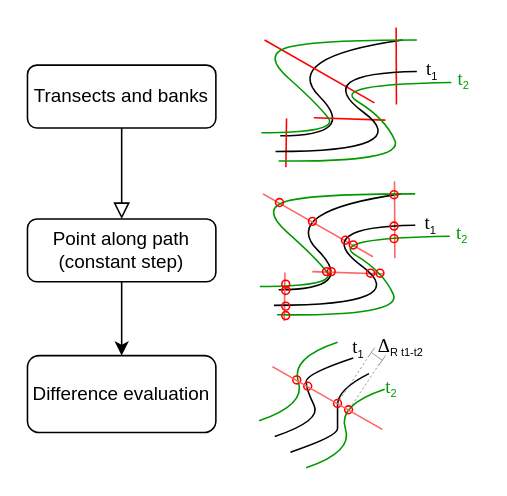
Before: Models/RBDC/images/RBDC-schema.drawio in gianfrancodp/qgis-riverbanks-tools, a draw.io diagram. Source tidied: cells renumbered, new cells numbered last; positions are measured from the earlier drawing's top-left corner, leaving out a move shared by most shapes. Both pictures are drawn from the tidied source at 157%, with x=0, y=0 at pixel (27, 27).
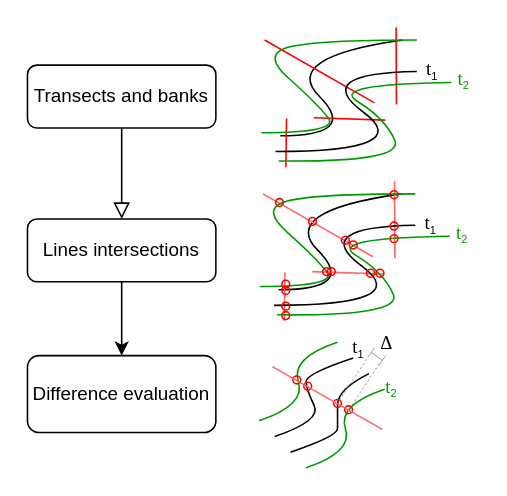
The same page after the edit.

Commit message (it also covers changes not shown here):
fix RBDC Schema diagram

Change to the diagram source:
```diff
@@
-    <mxCell id="5" value="Point along path&lt;br&gt;(constant step)" style="rounded=1;whiteSpace=wrap;html=1;fontSize=12;glass=0;strokeWidth=1;shadow=0;" parent="1" vertex="1">
+    <mxCell id="5" value="Lines intersections" style="rounded=1;whiteSpace=wrap;html=1;fontSize=12;glass=0;strokeWidth=1;shadow=0;" parent="1" vertex="1">
       <mxGeometry y="122" width="120" height="40" as="geometry" />
     </mxCell>
@@
-    <mxCell id="61" value="&lt;font face=&quot;Garamond&quot;&gt;Δ&lt;/font&gt;&lt;sub&gt;&lt;font style=&quot;font-size: 7px;&quot;&gt;R t1-t2&lt;/font&gt;&lt;/sub&gt;" style="text;html=1;align=center;verticalAlign=middle;whiteSpace=wrap;rounded=0;" parent="1" vertex="1">
-      <mxGeometry x="219" y="194" width="38" height="19" as="geometry" />
+    <mxCell id="61" value="&lt;font face=&quot;Garamond&quot;&gt;Δ&lt;/font&gt;" style="text;html=1;align=center;verticalAlign=middle;whiteSpace=wrap;rounded=0;" parent="1" vertex="1">
+      <mxGeometry x="210" y="191" width="38" height="19" as="geometry" />
     </mxCell>
```
